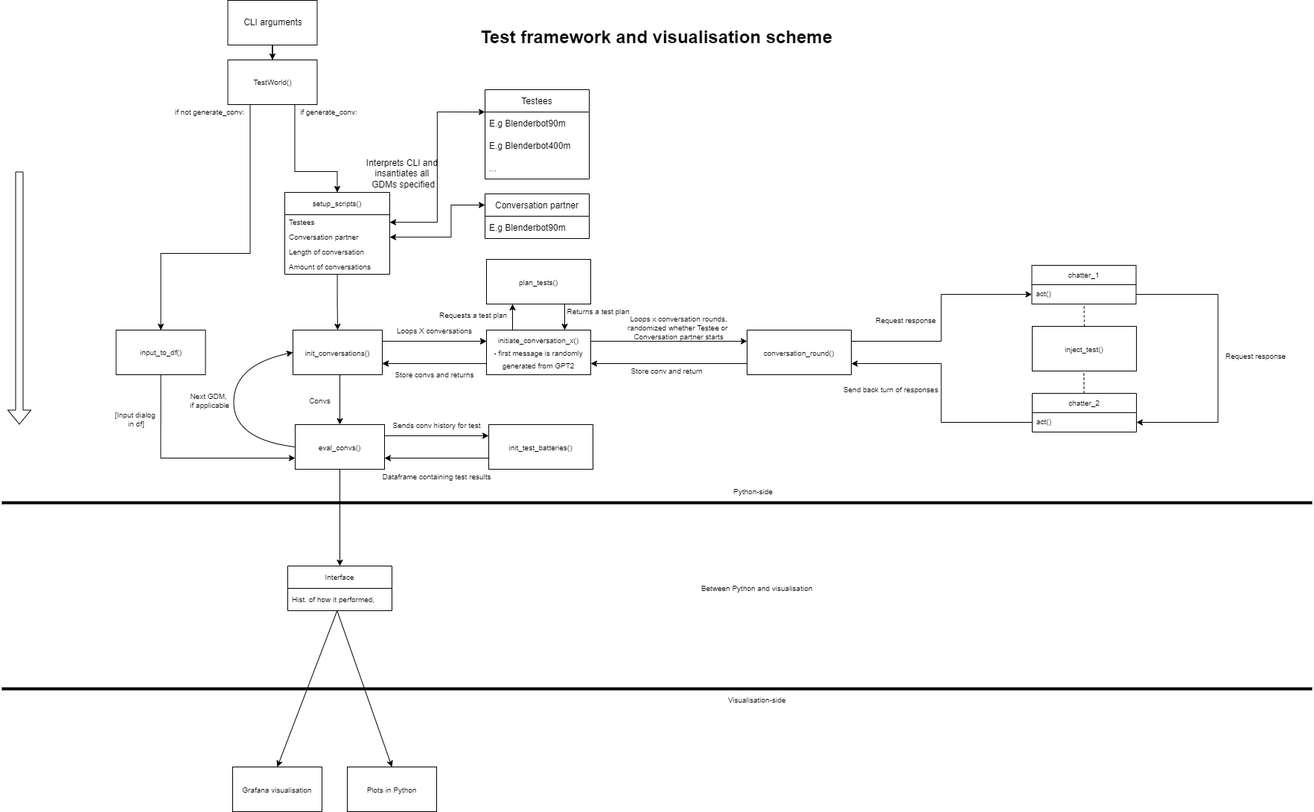
Earlier version of the draw.io export imgs/Test architecture.drawio.png (NordAxon/GDM-testing). Source tidied: cells renumbered, new cells last; positions are measured from the earlier drawing's top-left corner, leaving out a move shared by most shapes.
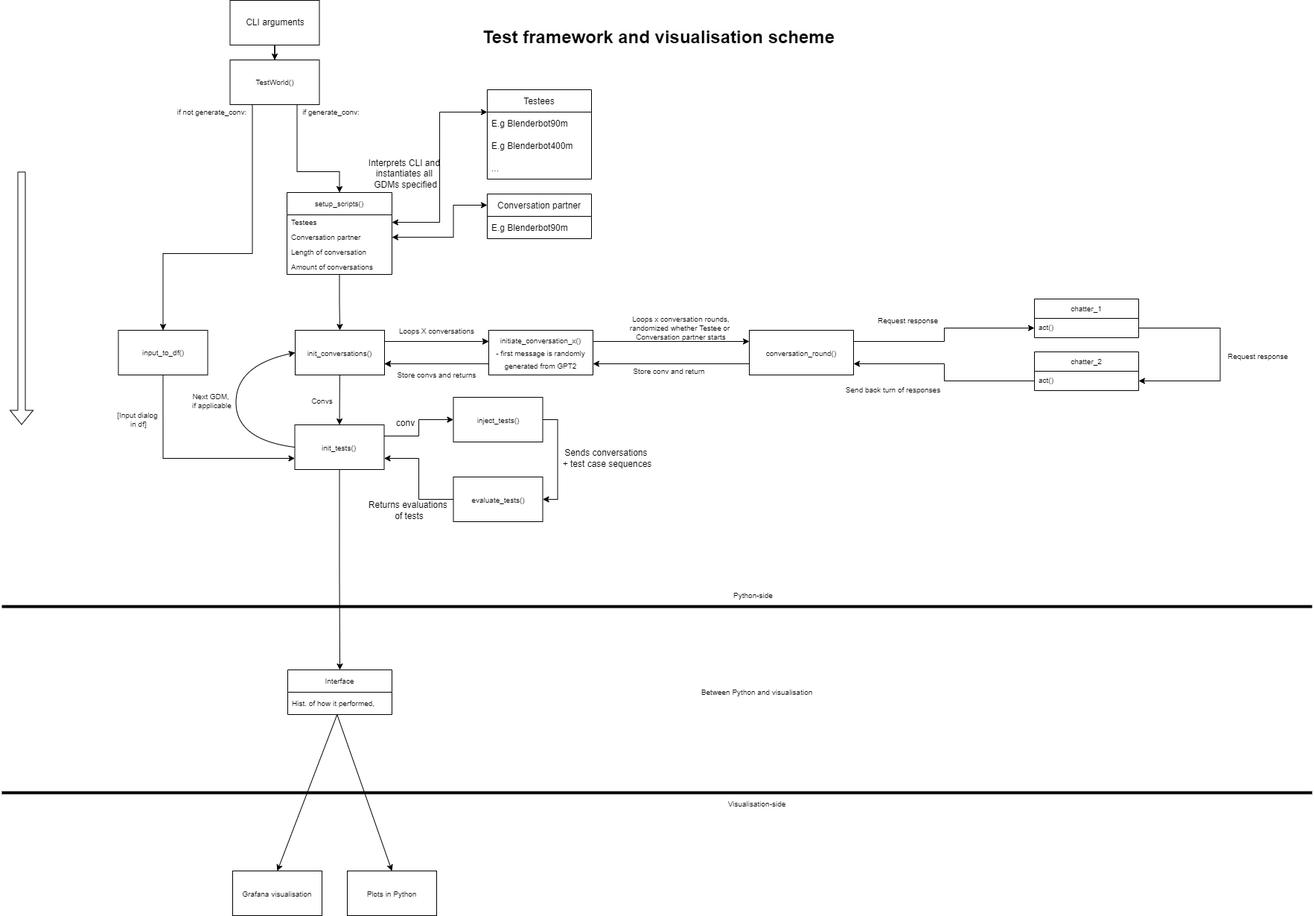
After the change.

Commit message:
Refactored the init_conversations. Now it is possible to inject sentences, which may be useful for test cases

The edit, as a diff of the source:
```diff
@@ -26,71 +26,52 @@
     <mxCell id="9" value="Amount of conversations" style="text;strokeColor=none;fillColor=none;align=left;verticalAlign=middle;spacingLeft=4;spacingRight=4;overflow=hidden;fontSize=10;" parent="5" vertex="1">
       <mxGeometry y="90" width="141" height="20" as="geometry" />
     </mxCell>
-    <mxCell id="10" value="&lt;span style=&quot;font-size: 10px&quot;&gt;inject_test()&lt;/span&gt;" style="rounded=0;whiteSpace=wrap;html=1;fontSize=14;" parent="1" vertex="1">
-      <mxGeometry x="1384.5" y="438" width="140" height="60" as="geometry" />
-    </mxCell>
+    <mxCell id="85" style="edgeStyle=orthogonalEdgeStyle;rounded=0;jettySize=auto;html=1;exitX=1;exitY=0.25;exitDx=0;exitDy=0;entryX=0;entryY=0.5;entryDx=0;entryDy=0;" parent="1" edge="1" source="11" target="87">
+      <mxGeometry relative="1" as="geometry" />
+    </mxCell>
+    <mxCell id="26" style="edgeStyle=orthogonalEdgeStyle;rounded=0;jettySize=auto;html=1;exitX=0.5;exitY=1;exitDx=0;exitDy=0;entryX=0.5;entryY=0;entryDx=0;entryDy=0;" parent="1" edge="1" source="11" target="21">
+      <mxGeometry relative="1" as="geometry" />
+    </mxCell>
-    <mxCell id="11" value="&lt;font style=&quot;font-size: 10px&quot;&gt;eval_convs()&lt;/font&gt;" style="rounded=0;whiteSpace=wrap;html=1;fontSize=14;" parent="1" vertex="1">
-      <mxGeometry x="394.5" y="570" width="120" height="60" as="geometry" />
+    <mxCell id="11" value="&lt;span style=&quot;font-size: 10px&quot;&gt;init_tests()&lt;/span&gt;" style="rounded=0;whiteSpace=wrap;html=1;fontSize=14;" parent="1" vertex="1">
+      <mxGeometry x="391" y="570" width="120" height="60" as="geometry" />
     </mxCell>
     <mxCell id="12" style="edgeStyle=segmentEdgeStyle;endArrow=classic;html=1;rounded=0;fontSize=10;exitX=0.5;exitY=1;exitDx=0;exitDy=0;entryX=0.5;entryY=0;entryDx=0;entryDy=0;" parent="1" edge="1" target="11">
       <mxGeometry relative="1" as="geometry">
         <mxPoint x="451.5" y="480" as="sourcePoint" />
       </mxGeometry>
     </mxCell>
-    <mxCell id="13" style="endArrow=classic;html=1;rounded=0;fontSize=14;entryX=0;entryY=0.25;entryDx=0;entryDy=0;" parent="1" edge="1" target="14">
-      <mxGeometry relative="1" as="geometry">
-        <mxPoint x="514.5" y="585" as="sourcePoint" />
-      </mxGeometry>
-    </mxCell>
-    <mxCell id="14" value="&lt;font style=&quot;font-size: 10px&quot;&gt;init_test_batteries()&lt;/font&gt;" style="rounded=0;whiteSpace=wrap;html=1;fontSize=14;" parent="1" vertex="1">
-      <mxGeometry x="654.5" y="570" width="140" height="60" as="geometry" />
-    </mxCell>
-    <mxCell id="15" style="endArrow=classic;html=1;rounded=0;fontSize=14;exitX=0;exitY=0.75;exitDx=0;exitDy=0;entryX=1;entryY=0.75;entryDx=0;entryDy=0;" parent="1" edge="1" source="14">
-      <mxGeometry relative="1" as="geometry">
-        <mxPoint x="514.5" y="615" as="targetPoint" />
-      </mxGeometry>
-    </mxCell>
-    <mxCell id="16" value="&lt;font style=&quot;font-size: 10px&quot;&gt;Sends conv history for test&lt;/font&gt;" style="text;html=1;align=center;verticalAlign=middle;strokeColor=none;fillColor=none;fontSize=14;" parent="1" vertex="1">
-      <mxGeometry x="519.5" y="560" width="130" height="20" as="geometry" />
-    </mxCell>
-    <mxCell id="17" value="Dataframe containing test results" style="text;html=1;align=center;verticalAlign=middle;strokeColor=none;fillColor=none;fontSize=10;" parent="1" vertex="1">
-      <mxGeometry x="504.5" y="630" width="160" height="20" as="geometry" />
-    </mxCell>
     <mxCell id="18" style="line;strokeWidth=4;html=1;perimeter=backbonePerimeter;fontSize=10;" parent="1" vertex="1">
-      <mxGeometry x="0.5" y="670" width="1760" height="10" as="geometry" />
+      <mxGeometry x="-2.5" y="809" width="1760" height="10" as="geometry" />
     </mxCell>
     <mxCell id="19" value="&lt;font style=&quot;font-size: 10px&quot;&gt;Plots in Python&lt;/font&gt;" style="rounded=0;whiteSpace=wrap;html=1;fontSize=14;" parent="1" vertex="1">
-      <mxGeometry x="464.5" y="1030" width="120" height="60" as="geometry" />
+      <mxGeometry x="461.5" y="1169" width="120" height="60" as="geometry" />
     </mxCell>
     <mxCell id="20" style="line;strokeWidth=4;html=1;perimeter=backbonePerimeter;fontSize=10;" parent="1" vertex="1">
-      <mxGeometry x="0.5" y="920" width="1760" height="10" as="geometry" />
+      <mxGeometry x="-2.5" y="1059" width="1760" height="10" as="geometry" />
     </mxCell>
     <mxCell id="21" value="Interface" style="swimlane;fontStyle=0;horizontal=1;startSize=30;fontSize=10;" parent="1" vertex="1">
-      <mxGeometry x="384.5" y="760" width="140" height="60" as="geometry" />
+      <mxGeometry x="381.5" y="899" width="140" height="60" as="geometry" />
     </mxCell>
     <mxCell id="22" value="Hist. of how it performed," style="text;strokeColor=none;fillColor=none;align=left;verticalAlign=middle;spacingLeft=4;spacingRight=4;overflow=hidden;points=[[0,0.5],[1,0.5]];portConstraint=eastwest;fontSize=10;" parent="21" vertex="1">
       <mxGeometry y="30" width="140" height="30" as="geometry" />
     </mxCell>
     <mxCell id="23" value="Python-side" style="text;html=1;align=center;verticalAlign=middle;strokeColor=none;fillColor=none;fontSize=10;" parent="1" vertex="1">
-      <mxGeometry x="974.5" y="650" width="70" height="20" as="geometry" />
+      <mxGeometry x="971.5" y="789" width="70" height="20" as="geometry" />
     </mxCell>
     <mxCell id="24" value="Between Python and visualisation" style="text;html=1;align=center;verticalAlign=middle;strokeColor=none;fillColor=none;fontSize=10;" parent="1" vertex="1">
-      <mxGeometry x="934.5" y="780" width="160" height="20" as="geometry" />
+      <mxGeometry x="931.5" y="919" width="160" height="20" as="geometry" />
     </mxCell>
     <mxCell id="25" value="Visualisation-side" style="text;html=1;align=center;verticalAlign=middle;strokeColor=none;fillColor=none;fontSize=10;" parent="1" vertex="1">
-      <mxGeometry x="969.5" y="930" width="90" height="20" as="geometry" />
+      <mxGeometry x="966.5" y="1069" width="90" height="20" as="geometry" />
     </mxCell>
-    <mxCell id="26" style="endArrow=classic;html=1;rounded=0;fontSize=10;exitX=0.5;exitY=1;exitDx=0;exitDy=0;entryX=0.5;entryY=0;entryDx=0;entryDy=0;" parent="1" edge="1" source="11" target="21">
-      <mxGeometry relative="1" as="geometry" />
-    </mxCell>
     <mxCell id="27" value="chatter_1" style="swimlane;fontStyle=0;horizontal=1;startSize=26;fillColor=none;fontSize=10;" parent="1" vertex="1">
-      <mxGeometry x="1384" y="356" width="140" height="52" as="geometry" />
+      <mxGeometry x="1384.5" y="401" width="140" height="52" as="geometry" />
     </mxCell>
     <mxCell id="28" value="act()" style="text;strokeColor=none;fillColor=none;align=left;verticalAlign=top;spacingLeft=4;spacingRight=4;overflow=hidden;points=[[0,0.5],[1,0.5]];portConstraint=eastwest;fontSize=10;" parent="27" vertex="1">
       <mxGeometry y="26" width="140" height="26" as="geometry" />
     </mxCell>
     <mxCell id="29" value="chatter_2" style="swimlane;fontStyle=0;horizontal=1;startSize=26;fillColor=none;fontSize=10;" parent="1" vertex="1">
-      <mxGeometry x="1384.5" y="528" width="140" height="52" as="geometry" />
+      <mxGeometry x="1384.5" y="472" width="140" height="52" as="geometry" />
     </mxCell>
     <mxCell id="30" value="act()" style="text;strokeColor=none;fillColor=none;align=left;verticalAlign=top;spacingLeft=4;spacingRight=4;overflow=hidden;points=[[0,0.5],[1,0.5]];portConstraint=eastwest;fontSize=10;" parent="29" vertex="1">
       <mxGeometry y="26" width="140" height="26" as="geometry" />
@@ -102,15 +83,6 @@
         </Array>
       </mxGeometry>
     </mxCell>
-    <mxCell id="32" style="endArrow=none;dashed=1;html=1;rounded=0;fontSize=10;entryX=0.501;entryY=0.997;entryDx=0;entryDy=0;entryPerimeter=0;exitX=0.5;exitY=0;exitDx=0;exitDy=0;" parent="1" edge="1" source="10" target="28">
-      <mxGeometry relative="1" as="geometry" />
-    </mxCell>
-    <mxCell id="33" style="endArrow=none;dashed=1;html=1;rounded=0;fontSize=10;entryX=0.501;entryY=0.997;entryDx=0;entryDy=0;entryPerimeter=0;exitX=0.5;exitY=0;exitDx=0;exitDy=0;" parent="1" edge="1">
-      <mxGeometry relative="1" as="geometry">
-        <mxPoint x="1454.2" y="528" as="sourcePoint" />
-        <mxPoint x="1453.8" y="497.9" as="targetPoint" />
-      </mxGeometry>
-    </mxCell>
     <mxCell id="34" value="Request response" style="text;html=1;align=center;verticalAlign=middle;strokeColor=none;fillColor=none;fontSize=10;" parent="1" vertex="1">
       <mxGeometry x="1164" y="420" width="100" height="20" as="geometry" />
     </mxCell>
@@ -153,25 +125,16 @@
       <mxGeometry x="144" y="548" width="70" height="30" as="geometry" />
     </mxCell>
     <mxCell id="45" value="&lt;font style=&quot;font-size: 10px&quot;&gt;Grafana visualisation&lt;/font&gt;" style="rounded=0;whiteSpace=wrap;html=1;fontSize=14;" parent="1" vertex="1">
-      <mxGeometry x="310.5" y="1030" width="120" height="60" as="geometry" />
+      <mxGeometry x="307.5" y="1169" width="120" height="60" as="geometry" />
     </mxCell>
     <mxCell id="46" style="endArrow=classic;html=1;rounded=0;fontSize=10;exitX=0.474;exitY=1.01;exitDx=0;exitDy=0;exitPerimeter=0;entryX=0.5;entryY=0;entryDx=0;entryDy=0;strokeColor=default;" parent="1" edge="1" source="22" target="19">
       <mxGeometry relative="1" as="geometry" />
     </mxCell>
     <mxCell id="47" style="endArrow=classic;html=1;rounded=0;fontSize=10;exitX=0.474;exitY=1.01;exitDx=0;exitDy=0;exitPerimeter=0;entryX=0.5;entryY=0;entryDx=0;entryDy=0;strokeColor=default;" parent="1" edge="1" target="45">
       <mxGeometry relative="1" as="geometry">
-        <mxPoint x="450.9" y="820" as="sourcePoint" />
+        <mxPoint x="447.9" y="959" as="sourcePoint" />
       </mxGeometry>
     </mxCell>
-    <mxCell id="48" value="&lt;span style=&quot;font-size: 10px&quot;&gt;plan_tests()&lt;/span&gt;" style="rounded=0;whiteSpace=wrap;html=1;fontSize=14;" parent="1" vertex="1">
-      <mxGeometry x="651.5" y="348" width="140" height="60" as="geometry" />
-    </mxCell>
-    <mxCell id="49" value="Requests a test plan" style="text;html=1;align=center;verticalAlign=middle;strokeColor=none;fillColor=none;fontSize=10;" parent="1" vertex="1">
-      <mxGeometry x="578" y="413" width="110" height="20" as="geometry" />
-    </mxCell>
-    <mxCell id="50" value="Returns a test plan" style="text;html=1;align=center;verticalAlign=middle;strokeColor=none;fillColor=none;fontSize=10;" parent="1" vertex="1">
-      <mxGeometry x="751.5" y="408" width="100" height="20" as="geometry" />
-    </mxCell>
     <mxCell id="51" value="&lt;span style=&quot;font-size: 10px&quot;&gt;conversation_round()&lt;/span&gt;" style="rounded=0;whiteSpace=wrap;html=1;fontSize=14;" parent="1" vertex="1">
       <mxGeometry x="1001.5" y="443" width="140" height="60" as="geometry" />
     </mxCell>
@@ -230,12 +193,6 @@
     <mxCell id="68" style="edgeStyle=elbowEdgeStyle;elbow=horizontal;endArrow=classic;html=1;rounded=0;fontSize=10;exitX=0;exitY=0.5;exitDx=0;exitDy=0;entryX=1;entryY=0.75;entryDx=0;entryDy=0;" parent="1" edge="1" source="30" target="51">
       <mxGeometry relative="1" as="geometry" />
     </mxCell>
-    <mxCell id="69" style="endArrow=classic;html=1;rounded=0;fontSize=10;exitX=0.25;exitY=0;exitDx=0;exitDy=0;entryX=0.25;entryY=1;entryDx=0;entryDy=0;" parent="1" edge="1" source="65" target="48">
-      <mxGeometry relative="1" as="geometry" />
-    </mxCell>
-    <mxCell id="70" style="endArrow=classic;html=1;rounded=0;fontSize=10;exitX=0.75;exitY=1;exitDx=0;exitDy=0;entryX=0.75;entryY=0;entryDx=0;entryDy=0;" parent="1" edge="1" source="48" target="65">
-      <mxGeometry relative="1" as="geometry" />
-    </mxCell>
     <mxCell id="71" style="endArrow=classic;html=1;rounded=0;fontSize=14;exitX=0.25;exitY=1;exitDx=0;exitDy=0;entryX=0.5;entryY=0;entryDx=0;entryDy=0;" parent="1" edge="1" source="3" target="42">
       <mxGeometry relative="1" as="geometry">
         <Array as="points">
@@ -281,7 +238,7 @@
         </Array>
       </mxGeometry>
     </mxCell>
-    <mxCell id="81" value="Interprets CLI and &lt;br&gt;insantiates all &lt;br&gt;GDMs specified" style="text;html=1;align=center;verticalAlign=middle;strokeColor=none;fillColor=none;" parent="1" vertex="1">
+    <mxCell id="81" value="Interprets CLI and &lt;br&gt;instantiates all &lt;br&gt;GDMs specified" style="text;html=1;align=center;verticalAlign=middle;strokeColor=none;fillColor=none;" parent="1" vertex="1">
       <mxGeometry x="484" y="208" width="110" height="50" as="geometry" />
     </mxCell>
     <mxCell id="82" style="edgeStyle=orthogonalEdgeStyle;rounded=0;jettySize=auto;html=1;entryX=0.5;entryY=0;entryDx=0;entryDy=0;startArrow=none;startFill=0;" parent="1" edge="1" source="83" target="3">
@@ -293,5 +250,26 @@
     <mxCell id="84" value="CLI arguments" style="text;html=1;align=center;verticalAlign=middle;strokeColor=none;fillColor=none;" parent="1" vertex="1">
       <mxGeometry x="319" y="20" width="90" height="20" as="geometry" />
     </mxCell>
+    <mxCell id="86" style="edgeStyle=orthogonalEdgeStyle;rounded=0;jettySize=auto;html=1;exitX=1;exitY=0.5;exitDx=0;exitDy=0;entryX=1;entryY=0.5;entryDx=0;entryDy=0;" parent="1" edge="1" source="87" target="90">
+      <mxGeometry relative="1" as="geometry" />
+    </mxCell>
+    <mxCell id="87" value="&lt;span style=&quot;font-size: 10px&quot;&gt;inject_tests()&lt;/span&gt;" style="rounded=0;whiteSpace=wrap;html=1;fontSize=14;" parent="1" vertex="1">
+      <mxGeometry x="604" y="533" width="120" height="60" as="geometry" />
+    </mxCell>
+    <mxCell id="88" value="conv" style="text;html=1;align=center;verticalAlign=middle;strokeColor=none;fillColor=none;" parent="1" vertex="1">
+      <mxGeometry x="519" y="558" width="40" height="20" as="geometry" />
+    </mxCell>
+    <mxCell id="89" style="edgeStyle=orthogonalEdgeStyle;rounded=0;jettySize=auto;html=1;exitX=0;exitY=0.5;exitDx=0;exitDy=0;entryX=1;entryY=0.75;entryDx=0;entryDy=0;" parent="1" edge="1" source="90" target="11">
+      <mxGeometry relative="1" as="geometry" />
+    </mxCell>
+    <mxCell id="90" value="&lt;span style=&quot;font-size: 10px&quot;&gt;evaluate_tests()&lt;/span&gt;" style="rounded=0;whiteSpace=wrap;html=1;fontSize=14;" parent="1" vertex="1">
+      <mxGeometry x="604" y="640" width="120" height="60" as="geometry" />
+    </mxCell>
+    <mxCell id="91" value="Sends conversations &lt;br&gt;+ test case sequences" style="text;html=1;align=center;verticalAlign=middle;strokeColor=none;fillColor=none;" parent="1" vertex="1">
+      <mxGeometry x="740.5" y="600" width="140" height="30" as="geometry" />
+    </mxCell>
+    <mxCell id="92" value="Returns evaluations &lt;br&gt;of tests" style="text;html=1;align=center;verticalAlign=middle;strokeColor=none;fillColor=none;" parent="1" vertex="1">
+      <mxGeometry x="484" y="670" width="120" height="30" as="geometry" />
+    </mxCell>
   </root>
 </mxGraphModel>
```
